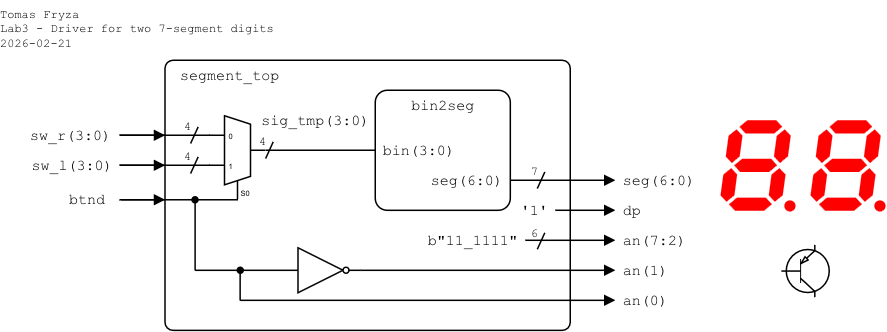
This is lab3-segment/images/top-level_2-digit.png from tomas-fryza/vhdl-examples, a draw.io export, as it was before one commit. Source tidied: cells renumbered, new cells last; positions are measured from the earlier drawing's top-left corner, leaving out a move shared by most shapes.
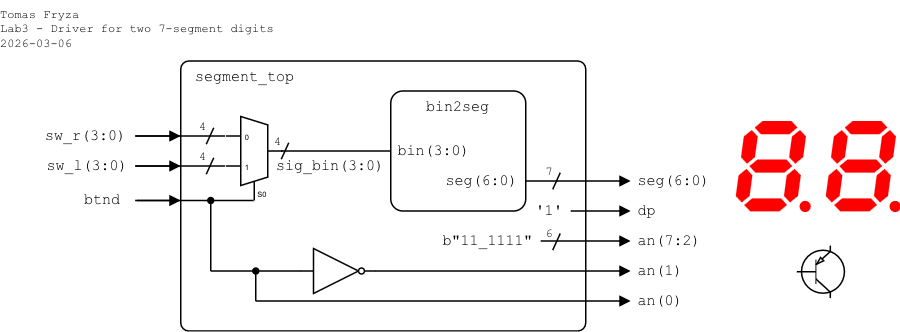
The same diagram one commit later.

What changed in the source:
```diff
@@ -20,8 +20,8 @@
     <mxCell id="5" value="sw_r(3:0)" style="text;html=1;align=right;verticalAlign=middle;whiteSpace=wrap;rounded=0;fontFamily=Courier New;fontSize=10;fillOpacity=100;spacing=0;spacingLeft=0;spacingRight=5;" parent="1" vertex="1">
       <mxGeometry x="15" y="80" width="64" height="20" as="geometry" />
     </mxCell>
-    <mxCell id="6" value="sig_tmp(3:0)" style="text;html=1;align=center;verticalAlign=middle;whiteSpace=wrap;rounded=0;fontFamily=Courier New;fontSize=10;fillOpacity=100;spacing=2;spacingLeft=0;" parent="1" vertex="1">
-      <mxGeometry x="170" y="70" width="80" height="20" as="geometry" />
+    <mxCell id="6" value="sig_bin(3:0)" style="text;html=1;align=center;verticalAlign=middle;whiteSpace=wrap;rounded=0;fontFamily=Courier New;fontSize=10;fillOpacity=100;spacing=2;spacingLeft=0;" parent="1" vertex="1">
+      <mxGeometry x="170" y="100" width="80" height="20" as="geometry" />
     </mxCell>
     <mxCell id="7" style="endArrow=block;html=1;rounded=0;endFill=1;orthogonal=1;endSize=5;startSize=5;" parent="1" edge="1">
       <mxGeometry relative="1" as="geometry">
@@ -39,7 +39,7 @@
       <mxGeometry x="480" y="80" width="50" height="60.8" as="geometry" />
     </mxCell>
     <mxCell id="11" value="Mux" style="shadow=0;dashed=0;align=center;html=1;strokeWidth=1;shape=mxgraph.electrical.abstract.mux2;whiteSpace=wrap;fontSize=10;fontFamily=Courier New;fontColor=none;noLabel=1;" parent="1" vertex="1">
-      <mxGeometry x="139.6" y="77" width="37.3" height="56" as="geometry" />
+      <mxGeometry x="140" y="77" width="38" height="56" as="geometry" />
     </mxCell>
     <mxCell id="12" style="endArrow=block;html=1;rounded=0;endFill=1;endSize=5;startSize=5;" parent="1" edge="1">
       <mxGeometry relative="1" as="geometry">
@@ -197,8 +197,8 @@
         <mxPoint x="177" y="105.5" as="targetPoint" />
       </mxGeometry>
     </mxCell>
-    <mxCell id="47" value="&lt;div&gt;Tomas Fryza&lt;/div&gt;&lt;div&gt;Lab3 - Driver for two 7-segment digits&lt;/div&gt;&lt;div&gt;2026-02-21&lt;/div&gt;" style="text;html=1;align=left;verticalAlign=top;whiteSpace=wrap;rounded=0;fontFamily=Courier New;fontSize=8;fillOpacity=100;spacing=0;spacingLeft=0;" parent="1" vertex="1">
-      <mxGeometry width="280" height="40" as="geometry" />
+    <mxCell id="47" value="&lt;div&gt;Tomas Fryza&lt;/div&gt;&lt;div&gt;Lab3 - Driver for two 7-segment digits&lt;/div&gt;&lt;div&gt;2026-03-06&lt;/div&gt;" style="text;html=1;align=left;verticalAlign=top;whiteSpace=wrap;rounded=0;fontFamily=Courier New;fontSize=8;fillOpacity=100;spacing=0;spacingLeft=0;" parent="1" vertex="1">
+      <mxGeometry x="-10" width="200" height="40" as="geometry" />
     </mxCell>
   </root>
 </mxGraphModel>
```
